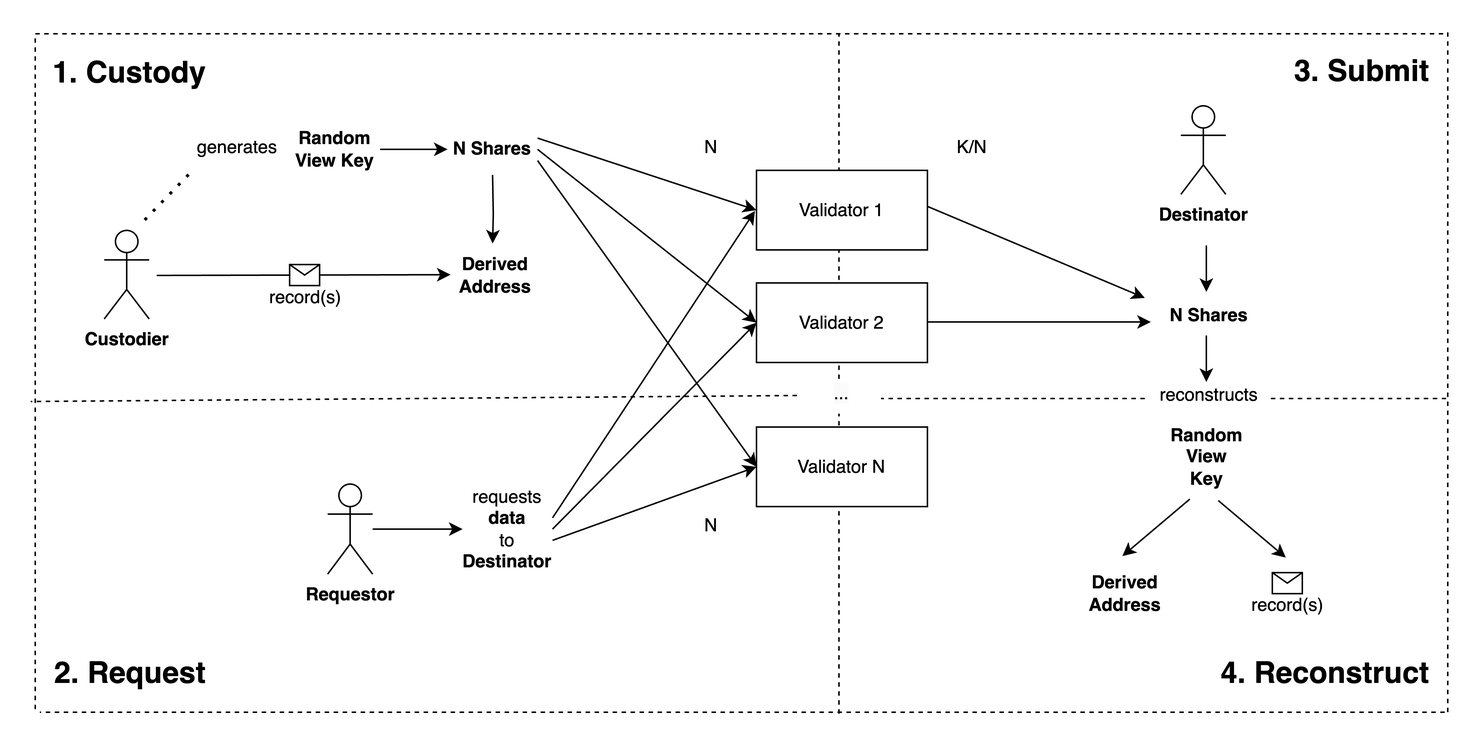
zsolutions-io/aleo-dcp keeps this draw.io diagram as aleo-dcp-schema.png. Above is the earlier version. Source tidied: cells renumbered, new cells last; positions are measured from the earlier drawing's top-left corner, leaving out a move shared by most shapes. The source it was exported from:
```xml
<mxGraphModel>
  <root>
    <mxCell id="0" />
    <mxCell id="1" parent="0" />
    <mxCell id="2" style="endArrow=none;dashed=1;html=1;rounded=0;" parent="1" edge="1">
      <mxGeometry relative="1" as="geometry">
        <mxPoint x="539" y="455" as="sourcePoint" />
        <mxPoint x="539" y="255" as="targetPoint" />
      </mxGeometry>
    </mxCell>
    <mxCell id="3" style="endArrow=none;dashed=1;html=1;rounded=0;" parent="1" edge="1">
      <mxGeometry relative="1" as="geometry">
        <mxPoint x="539" y="232" as="sourcePoint" />
        <mxPoint x="539" y="2" as="targetPoint" />
      </mxGeometry>
    </mxCell>
    <mxCell id="4" value="Validator 1" style="rounded=0;whiteSpace=wrap;html=1;" parent="1" vertex="1">
      <mxGeometry x="484" y="93" width="114" height="53" as="geometry" />
    </mxCell>
    <mxCell id="5" value="Validator 2" style="rounded=0;whiteSpace=wrap;html=1;" parent="1" vertex="1">
      <mxGeometry x="484" y="168" width="114" height="53" as="geometry" />
    </mxCell>
    <mxCell id="6" value="Validator N" style="rounded=0;whiteSpace=wrap;html=1;" parent="1" vertex="1">
      <mxGeometry x="484" y="264" width="114" height="53" as="geometry" />
    </mxCell>
    <mxCell id="7" style="endArrow=classic;html=1;rounded=0;entryX=0;entryY=0.5;entryDx=0;entryDy=0;exitX=1;exitY=0.25;exitDx=0;exitDy=0;" parent="1" edge="1" source="17" target="4">
      <mxGeometry relative="1" as="geometry" />
    </mxCell>
    <mxCell id="8" style="endArrow=classic;html=1;rounded=0;entryX=0;entryY=0.5;entryDx=0;entryDy=0;exitX=1;exitY=0.75;exitDx=0;exitDy=0;" parent="1" edge="1" source="17" target="6">
      <mxGeometry relative="1" as="geometry" />
    </mxCell>
    <mxCell id="9" style="endArrow=classic;html=1;rounded=0;exitX=1;exitY=0;exitDx=0;exitDy=0;" parent="1" edge="1">
      <mxGeometry relative="1" as="geometry">
        <mxPoint x="598" y="117" as="sourcePoint" />
        <mxPoint x="743" y="178" as="targetPoint" />
      </mxGeometry>
    </mxCell>
    <mxCell id="10" style="edgeStyle=orthogonalEdgeStyle;rounded=0;orthogonalLoop=1;jettySize=auto;html=1;entryX=0;entryY=0.5;entryDx=0;entryDy=0;" parent="1" edge="1">
      <mxGeometry relative="1" as="geometry">
        <mxPoint x="598" y="194" as="sourcePoint" />
        <mxPoint x="747" y="194" as="targetPoint" />
      </mxGeometry>
    </mxCell>
    <mxCell id="11" value="&lt;b&gt;Destinator&lt;/b&gt;" style="shape=umlActor;verticalLabelPosition=bottom;verticalAlign=top;html=1;" parent="1" vertex="1">
      <mxGeometry x="767" y="50" width="30" height="59" as="geometry" />
    </mxCell>
    <mxCell id="12" style="edgeStyle=orthogonalEdgeStyle;rounded=0;jettySize=auto;html=1;entryX=0;entryY=0.5;entryDx=0;entryDy=0;" parent="1" edge="1" source="13" target="33">
      <mxGeometry relative="1" as="geometry" />
    </mxCell>
    <mxCell id="13" value="&lt;b&gt;Requestor&lt;/b&gt;" style="shape=umlActor;verticalLabelPosition=bottom;verticalAlign=top;html=1;outlineConnect=0;" parent="1" vertex="1">
      <mxGeometry x="198" y="302" width="30" height="60" as="geometry" />
    </mxCell>
    <mxCell id="14" value="&lt;b&gt;&lt;font style=&quot;font-size: 20px;&quot;&gt;1. Custody&lt;/font&gt;&lt;/b&gt;" style="text;html=1;align=left;verticalAlign=middle;whiteSpace=wrap;rounded=0;" parent="1" vertex="1">
      <mxGeometry x="13" y="13" width="156" height="30" as="geometry" />
    </mxCell>
    <mxCell id="15" value="&lt;b&gt;&lt;font style=&quot;font-size: 20px;&quot;&gt;2. Request&lt;/font&gt;&lt;/b&gt;" style="text;html=1;align=left;verticalAlign=middle;whiteSpace=wrap;rounded=0;" parent="1" vertex="1">
      <mxGeometry x="14" y="413" width="153" height="30" as="geometry" />
    </mxCell>
    <mxCell id="16" value="&lt;b&gt;Custodier&lt;/b&gt;" style="shape=umlActor;verticalLabelPosition=bottom;verticalAlign=top;html=1;" parent="1" vertex="1">
      <mxGeometry x="49" y="133" width="30" height="59" as="geometry" />
    </mxCell>
    <mxCell id="17" value="&lt;b&gt;N Shares&lt;/b&gt;" style="text;html=1;align=center;verticalAlign=middle;whiteSpace=wrap;rounded=0;" parent="1" vertex="1">
      <mxGeometry x="278" y="64" width="60" height="30" as="geometry" />
    </mxCell>
    <mxCell id="18" value="&lt;b&gt;&lt;font style=&quot;font-size: 20px;&quot;&gt;3. Submit&lt;/font&gt;&lt;/b&gt;" style="text;html=1;align=right;verticalAlign=middle;whiteSpace=wrap;rounded=0;" parent="1" vertex="1">
      <mxGeometry x="832" y="12" width="103" height="30" as="geometry" />
    </mxCell>
    <mxCell id="19" style="endArrow=classic;html=1;rounded=0;entryX=0;entryY=0.5;entryDx=0;entryDy=0;exitX=1;exitY=0.5;exitDx=0;exitDy=0;" parent="1" edge="1" source="17" target="5">
      <mxGeometry relative="1" as="geometry" />
    </mxCell>
    <mxCell id="20" value="&lt;b&gt;Derived Address&lt;/b&gt;" style="text;html=1;align=center;verticalAlign=middle;whiteSpace=wrap;rounded=0;" parent="1" vertex="1">
      <mxGeometry x="280" y="147.8" width="60" height="29.5" as="geometry" />
    </mxCell>
    <mxCell id="21" value="generates" style="text;html=1;align=center;verticalAlign=middle;whiteSpace=wrap;rounded=0;" parent="1" vertex="1">
      <mxGeometry x="108" y="63" width="60" height="30" as="geometry" />
    </mxCell>
    <mxCell id="22" style="endArrow=none;dashed=1;html=1;dashPattern=1 3;strokeWidth=2;rounded=0;entryX=0;entryY=1;entryDx=0;entryDy=0;" parent="1" edge="1" target="21">
      <mxGeometry relative="1" as="geometry">
        <mxPoint x="76" y="126" as="sourcePoint" />
      </mxGeometry>
    </mxCell>
    <mxCell id="23" style="endArrow=none;dashed=1;html=1;rounded=0;exitX=0;exitY=0.5;exitDx=0;exitDy=0;" parent="1" edge="1">
      <mxGeometry relative="1" as="geometry">
        <mxPoint x="511" y="243" as="sourcePoint" />
        <mxPoint y="247" as="targetPoint" />
      </mxGeometry>
    </mxCell>
    <mxCell id="24" style="endArrow=none;dashed=1;html=1;rounded=0;" parent="1" edge="1">
      <mxGeometry relative="1" as="geometry">
        <mxPoint x="3" y="452" as="sourcePoint" />
        <mxPoint x="3" y="2" as="targetPoint" />
      </mxGeometry>
    </mxCell>
    <mxCell id="25" style="endArrow=none;dashed=1;html=1;rounded=0;" parent="1" edge="1">
      <mxGeometry relative="1" as="geometry">
        <mxPoint x="942" y="2" as="sourcePoint" />
        <mxPoint x="2" y="2" as="targetPoint" />
      </mxGeometry>
    </mxCell>
    <mxCell id="26" style="endArrow=classic;html=1;rounded=0;exitX=1;exitY=0.25;exitDx=0;exitDy=0;" parent="1" edge="1" source="33">
      <mxGeometry relative="1" as="geometry">
        <mxPoint x="483" y="120" as="targetPoint" />
      </mxGeometry>
    </mxCell>
    <mxCell id="27" style="endArrow=classic;html=1;rounded=0;entryX=0;entryY=0.5;entryDx=0;entryDy=0;exitX=1;exitY=0.5;exitDx=0;exitDy=0;" parent="1" edge="1" source="33" target="5">
      <mxGeometry relative="1" as="geometry" />
    </mxCell>
    <mxCell id="28" style="endArrow=classic;html=1;rounded=0;entryX=0;entryY=0.5;entryDx=0;entryDy=0;exitX=1;exitY=0.75;exitDx=0;exitDy=0;" parent="1" edge="1" source="33" target="6">
      <mxGeometry relative="1" as="geometry" />
    </mxCell>
    <mxCell id="29" style="endArrow=none;dashed=1;html=1;rounded=0;" parent="1" edge="1">
      <mxGeometry relative="1" as="geometry">
        <mxPoint x="943" y="454" as="sourcePoint" />
        <mxPoint x="6" y="454" as="targetPoint" />
      </mxGeometry>
    </mxCell>
    <mxCell id="30" value="N" style="text;html=1;align=center;verticalAlign=middle;whiteSpace=wrap;rounded=0;" parent="1" vertex="1">
      <mxGeometry x="424" y="63" width="60" height="30" as="geometry" />
    </mxCell>
    <mxCell id="31" value="K/N" style="text;html=1;align=center;verticalAlign=middle;whiteSpace=wrap;rounded=0;" parent="1" vertex="1">
      <mxGeometry x="598" y="63" width="60" height="30" as="geometry" />
    </mxCell>
    <mxCell id="32" value="&lt;b&gt;N Shares&lt;/b&gt;" style="text;html=1;align=center;verticalAlign=middle;whiteSpace=wrap;rounded=0;" parent="1" vertex="1">
      <mxGeometry x="756" y="174.5" width="60" height="30" as="geometry" />
    </mxCell>
    <mxCell id="33" value="requests &lt;b&gt;data&lt;/b&gt;&lt;div&gt;to &lt;b&gt;Destinator&lt;/b&gt;&lt;/div&gt;" style="text;html=1;align=center;verticalAlign=middle;whiteSpace=wrap;rounded=0;" parent="1" vertex="1">
      <mxGeometry x="288" y="317" width="60" height="30" as="geometry" />
    </mxCell>
    <mxCell id="34" value="&lt;b style=&quot;&quot;&gt;Random View Key&lt;/b&gt;" style="text;whiteSpace=wrap;html=1;align=center;" parent="1" vertex="1">
      <mxGeometry x="758.5" y="256" width="51" height="36" as="geometry" />
    </mxCell>
    <mxCell id="35" style="edgeStyle=orthogonalEdgeStyle;rounded=0;jettySize=auto;html=1;entryX=0.467;entryY=-0.203;entryDx=0;entryDy=0;entryPerimeter=0;" parent="1" edge="1" target="20">
      <mxGeometry relative="1" as="geometry">
        <mxPoint x="308" y="96" as="sourcePoint" />
      </mxGeometry>
    </mxCell>
    <mxCell id="36" style="endArrow=classic;html=1;rounded=0;entryX=0;entryY=0.5;entryDx=0;entryDy=0;" parent="1" edge="1" target="20">
      <mxGeometry relative="1" as="geometry">
        <mxPoint x="84" y="163" as="sourcePoint" />
      </mxGeometry>
    </mxCell>
    <mxCell id="37" value="&lt;span style=&quot;text-wrap: wrap;&quot;&gt;&lt;br&gt;&lt;br&gt;record(s)&lt;/span&gt;" style="shape=message;html=1;" parent="36" vertex="1">
      <mxGeometry width="20" height="14" relative="1" as="geometry">
        <mxPoint x="-10" y="-7" as="offset" />
      </mxGeometry>
    </mxCell>
    <mxCell id="38" value="&lt;b&gt;Random View Key&lt;/b&gt;" style="text;html=1;align=center;verticalAlign=middle;whiteSpace=wrap;rounded=0;" parent="1" vertex="1">
      <mxGeometry x="173" y="64" width="60" height="30" as="geometry" />
    </mxCell>
    <mxCell id="39" style="endArrow=classic;html=1;rounded=0;exitX=1;exitY=0.5;exitDx=0;exitDy=0;entryX=0;entryY=0.5;entryDx=0;entryDy=0;" parent="1" edge="1" source="38" target="17">
      <mxGeometry relative="1" as="geometry" />
    </mxCell>
    <mxCell id="40" style="endArrow=none;dashed=1;html=1;rounded=0;" parent="1" edge="1">
      <mxGeometry relative="1" as="geometry">
        <mxPoint x="945" y="454" as="sourcePoint" />
        <mxPoint x="945" as="targetPoint" />
      </mxGeometry>
    </mxCell>
    <mxCell id="41" style="endArrow=classic;html=1;rounded=0;entryX=0.5;entryY=0;entryDx=0;entryDy=0;" parent="1" edge="1">
      <mxGeometry relative="1" as="geometry">
        <mxPoint x="784" y="203" as="sourcePoint" />
        <mxPoint x="784" y="234" as="targetPoint" />
      </mxGeometry>
    </mxCell>
    <mxCell id="42" value="&lt;b&gt;Derived Address&lt;/b&gt;" style="text;html=1;align=center;verticalAlign=middle;whiteSpace=wrap;rounded=0;" parent="1" vertex="1">
      <mxGeometry x="700" y="360.5" width="60" height="29.5" as="geometry" />
    </mxCell>
    <mxCell id="43" value="&lt;span style=&quot;text-wrap: wrap;&quot;&gt;&lt;br&gt;&lt;br&gt;record(s)&lt;/span&gt;" style="shape=message;html=1;" parent="1" vertex="1">
      <mxGeometry x="828" y="361" width="20" height="14" as="geometry" />
    </mxCell>
    <mxCell id="44" style="endArrow=classic;html=1;rounded=0;" parent="1" edge="1">
      <mxGeometry relative="1" as="geometry">
        <mxPoint x="773" y="312" as="sourcePoint" />
        <mxPoint x="728" y="350" as="targetPoint" />
      </mxGeometry>
    </mxCell>
    <mxCell id="45" style="endArrow=classic;html=1;rounded=0;" parent="1" edge="1">
      <mxGeometry relative="1" as="geometry">
        <mxPoint x="792" y="313" as="sourcePoint" />
        <mxPoint x="837" y="351" as="targetPoint" />
      </mxGeometry>
    </mxCell>
    <mxCell id="46" value="N" style="text;html=1;align=center;verticalAlign=middle;whiteSpace=wrap;rounded=0;" parent="1" vertex="1">
      <mxGeometry x="424" y="315" width="60" height="30" as="geometry" />
    </mxCell>
    <mxCell id="47" style="endArrow=none;dashed=1;html=1;rounded=0;" parent="1" edge="1">
      <mxGeometry relative="1" as="geometry">
        <mxPoint x="743" y="245" as="sourcePoint" />
        <mxPoint x="567" y="245" as="targetPoint" />
      </mxGeometry>
    </mxCell>
    <mxCell id="48" value="&lt;span style=&quot;color: rgb(0, 0, 0); font-family: Helvetica; font-size: 12px; font-style: normal; font-variant-ligatures: normal; font-variant-caps: normal; font-weight: 400; letter-spacing: normal; orphans: 2; text-indent: 0px; text-transform: none; widows: 2; word-spacing: 0px; -webkit-text-stroke-width: 0px; white-space: normal; background-color: rgb(251, 251, 251); text-decoration-thickness: initial; text-decoration-style: initial; text-decoration-color: initial; float: none; display: inline !important;&quot;&gt;...&lt;/span&gt;" style="text;whiteSpace=wrap;html=1;align=center;" parent="1" vertex="1">
      <mxGeometry x="522" y="228" width="38" height="36" as="geometry" />
    </mxCell>
    <mxCell id="49" style="endArrow=none;dashed=1;html=1;rounded=0;" parent="1" edge="1">
      <mxGeometry relative="1" as="geometry">
        <mxPoint x="944" y="245" as="sourcePoint" />
        <mxPoint x="827" y="245" as="targetPoint" />
      </mxGeometry>
    </mxCell>
    <mxCell id="50" value="&lt;b&gt;&lt;font style=&quot;font-size: 20px;&quot;&gt;4. Reconstruct&lt;/font&gt;&lt;/b&gt;" style="text;html=1;align=right;verticalAlign=middle;whiteSpace=wrap;rounded=0;" parent="1" vertex="1">
      <mxGeometry x="782" y="413" width="153" height="30" as="geometry" />
    </mxCell>
    <mxCell id="51" value="reconstructs" style="text;html=1;align=center;verticalAlign=middle;whiteSpace=wrap;rounded=0;" parent="1" vertex="1">
      <mxGeometry x="756" y="228" width="60" height="30" as="geometry" />
    </mxCell>
    <mxCell id="52" style="endArrow=classic;html=1;rounded=0;entryX=0.5;entryY=0;entryDx=0;entryDy=0;" parent="1" edge="1">
      <mxGeometry relative="1" as="geometry">
        <mxPoint x="784" y="143" as="sourcePoint" />
        <mxPoint x="784" y="174" as="targetPoint" />
      </mxGeometry>
    </mxCell>
  </root>
</mxGraphModel>
```
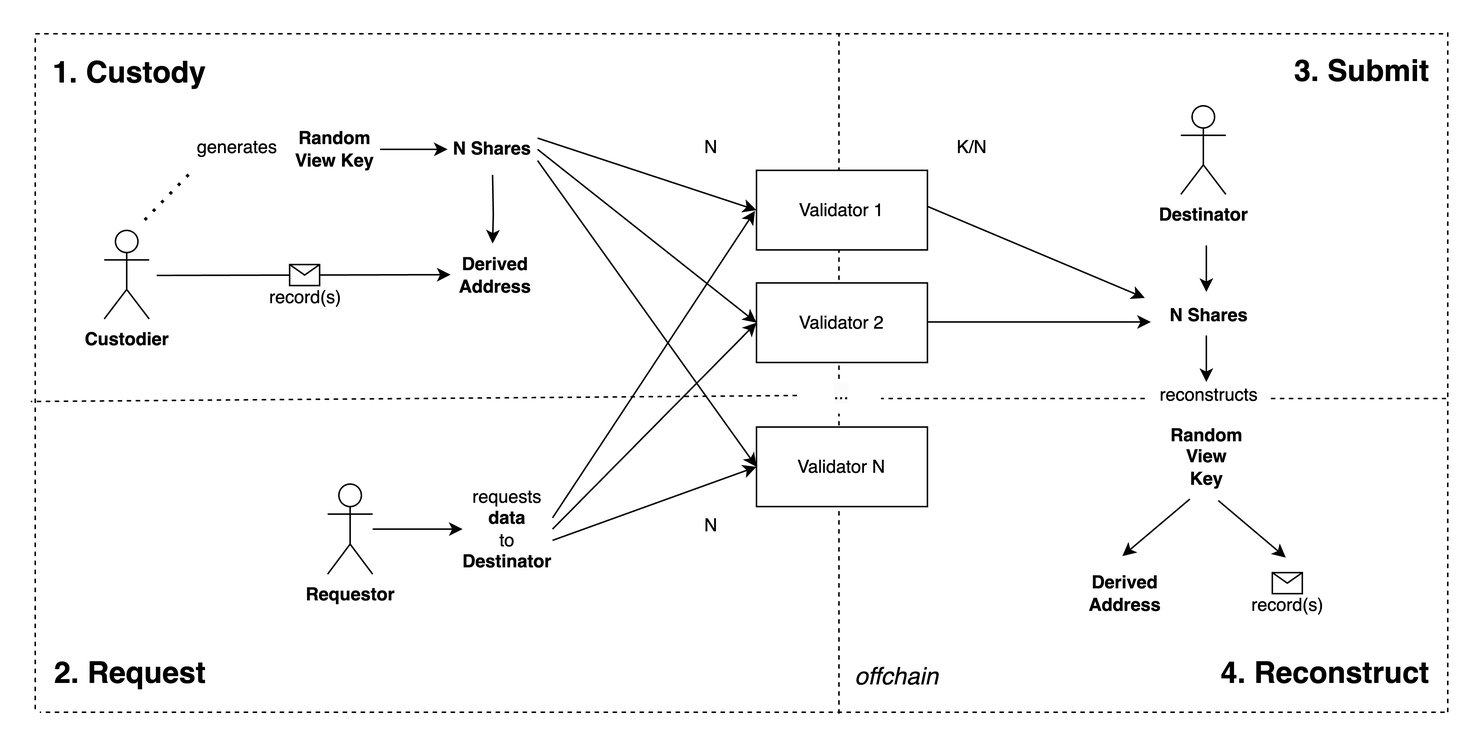
Above is the later version.

Commit message:
Edit description schema.

Diff of the diagram source:
```diff
@@ -210,5 +210,8 @@
         <mxPoint x="784" y="174" as="targetPoint" />
       </mxGeometry>
     </mxCell>
+    <mxCell id="53" value="&lt;font style=&quot;font-size: 16px;&quot;&gt;&lt;i&gt;offchain&lt;/i&gt;&lt;/font&gt;" style="text;html=1;align=left;verticalAlign=middle;whiteSpace=wrap;rounded=0;" parent="1" vertex="1">
+      <mxGeometry x="548" y="416" width="60" height="30" as="geometry" />
+    </mxCell>
   </root>
 </mxGraphModel>
```
